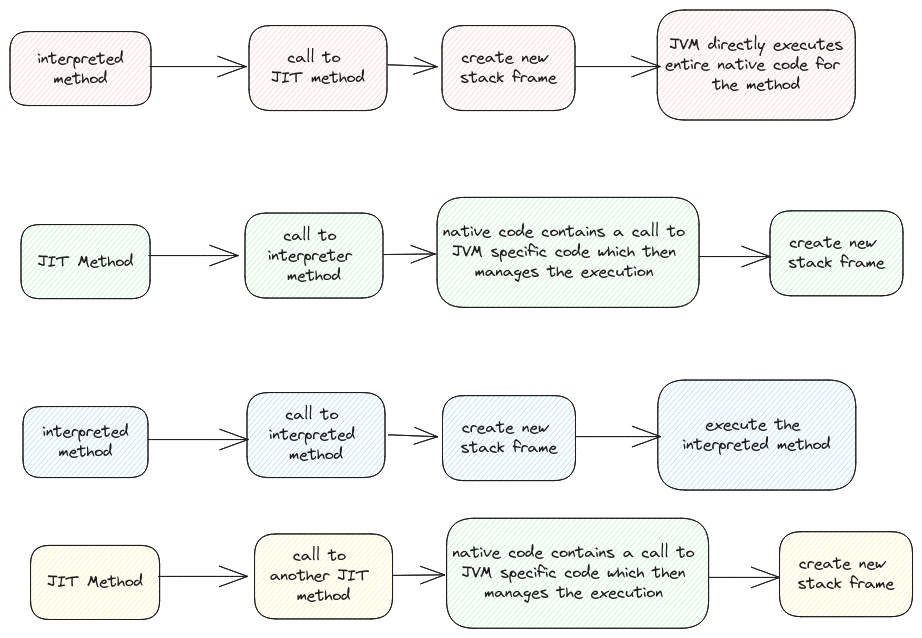
The Excalidraw diagram static/img/jvm-execution-transition.excalidraw.png in swaroopar/inprogress-engineer, before a commit. Source tidied: one line per element, renumbered; positions are measured from the earlier drawing's top-left corner, leaving out a move shared by most shapes.
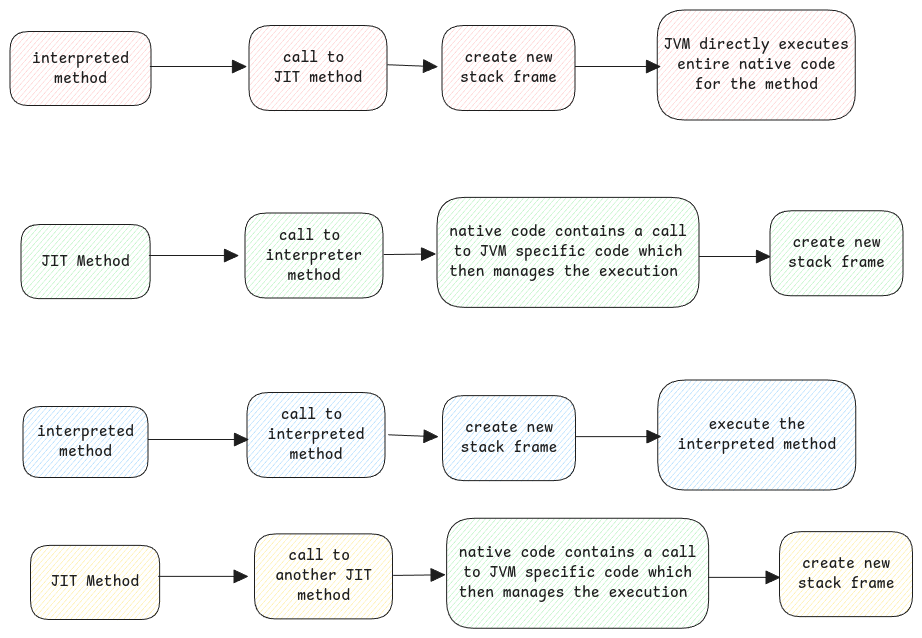
The same file after the commit.

The edit, as a diff of the source:
```diff
@@ -1,44 +1,44 @@
 {"id": 0, "type": "rectangle", "strokeColor": "#1e1e1e", "backgroundColor": "#ffc9c9", "fillStyle": "hachure", "strokeWidth": 1, "roughness": 0, "round": true, "x": 0, "y": 22, "width": 141, "height": 74}
-{"id": 1, "type": "text", "text": "interpreted\nmethod", "strokeColor": "#1e1e1e", "strokeWidth": 2, "roughness": 1, "fontSize": 16, "fontFamily": 1, "textAlign": "center", "verticalAlign": "middle", "inside": 0, "x": 27, "y": 39, "width": 86, "height": 40}
+{"id": 1, "type": "text", "text": "interpreted\nmethod", "strokeColor": "#1e1e1e", "strokeWidth": 2, "roughness": 1, "fontSize": 16, "fontFamily": 8, "textAlign": "center", "verticalAlign": "middle", "inside": 0, "x": 22, "y": 39, "width": 97, "height": 40}
-{"id": 2, "type": "arrow", "strokeColor": "#1e1e1e", "backgroundColor": "#ffc9c9", "fillStyle": "hachure", "strokeWidth": 1, "roughness": 0, "endArrowhead": "arrow", "round": true, "to": 3, "x": 140, "y": 57, "width": 96, "height": 0, "points": [[0, 0], [96, 0]]}
+{"id": 2, "type": "arrow", "strokeColor": "#1e1e1e", "backgroundColor": "#ffc9c9", "fillStyle": "hachure", "strokeWidth": 1, "roughness": 0, "endArrowhead": "triangle", "round": true, "to": 3, "x": 140, "y": 57, "width": 96, "height": 0, "points": [[0, 0], [96, 0]]}
 {"id": 3, "type": "rectangle", "strokeColor": "#1e1e1e", "backgroundColor": "#ffc9c9", "fillStyle": "hachure", "strokeWidth": 1, "roughness": 0, "round": true, "x": 239, "y": 16, "width": 138, "height": 85}
-{"id": 4, "type": "text", "text": "call to \nJIT method", "strokeColor": "#1e1e1e", "strokeWidth": 2, "roughness": 1, "fontSize": 16, "fontFamily": 1, "textAlign": "center", "verticalAlign": "middle", "inside": 3, "x": 261, "y": 38, "width": 94, "height": 40}
+{"id": 4, "type": "text", "text": "call to \nJIT method", "strokeColor": "#1e1e1e", "strokeWidth": 2, "roughness": 1, "fontSize": 16, "fontFamily": 8, "textAlign": "center", "verticalAlign": "middle", "inside": 3, "x": 264, "y": 38, "width": 88, "height": 40}
-{"id": 5, "type": "arrow", "strokeColor": "#1e1e1e", "backgroundColor": "#ffc9c9", "fillStyle": "hachure", "strokeWidth": 1, "roughness": 0, "endArrowhead": "arrow", "round": true, "to": 21, "x": 378, "y": 55, "width": 49, "height": 2, "points": [[0, 0], [49, 2]]}
+{"id": 5, "type": "arrow", "strokeColor": "#1e1e1e", "backgroundColor": "#ffc9c9", "fillStyle": "hachure", "strokeWidth": 1, "roughness": 0, "endArrowhead": "triangle", "round": true, "to": 21, "x": 378, "y": 55, "width": 49, "height": 2, "points": [[0, 0], [49, 2]]}
 {"id": 6, "type": "rectangle", "strokeColor": "#1e1e1e", "backgroundColor": "#ffc9c9", "fillStyle": "hachure", "strokeWidth": 1, "roughness": 0, "round": true, "x": 647, "y": 0, "width": 198, "height": 110}
-{"id": 7, "type": "text", "text": "JVM directly executes\nentire native code for \nthe method", "strokeColor": "#1e1e1e", "strokeWidth": 2, "roughness": 1, "fontSize": 16, "fontFamily": 1, "textAlign": "center", "verticalAlign": "middle", "inside": 6, "x": 655, "y": 25, "width": 182, "height": 60}
+{"id": 7, "type": "text", "text": "JVM directly executes\nentire native code\nfor the method", "strokeColor": "#1e1e1e", "strokeWidth": 2, "roughness": 1, "fontSize": 16, "fontFamily": 8, "textAlign": "center", "verticalAlign": "middle", "inside": 6, "x": 654, "y": 25, "width": 185, "height": 60}
 {"id": 8, "type": "rectangle", "strokeColor": "#1e1e1e", "backgroundColor": "#b2f2bb", "fillStyle": "hachure", "strokeWidth": 1, "roughness": 0, "round": true, "x": 11, "y": 215, "width": 129, "height": 74}
-{"id": 9, "type": "text", "text": "JIT Method", "strokeColor": "#1e1e1e", "strokeWidth": 2, "roughness": 1, "fontSize": 16, "fontFamily": 1, "textAlign": "center", "verticalAlign": "middle", "inside": 8, "x": 28, "y": 242, "width": 96, "height": 20}
+{"id": 9, "type": "text", "text": "JIT Method", "strokeColor": "#1e1e1e", "strokeWidth": 2, "roughness": 1, "fontSize": 16, "fontFamily": 8, "textAlign": "center", "verticalAlign": "middle", "inside": 8, "x": 32, "y": 242, "width": 88, "height": 20}
-{"id": 10, "type": "arrow", "strokeColor": "#1e1e1e", "backgroundColor": "#b2f2bb", "fillStyle": "hachure", "strokeWidth": 1, "roughness": 0, "endArrowhead": "arrow", "round": true, "to": 11, "x": 139, "y": 246, "width": 89, "height": 0, "points": [[0, 0], [89, 0]]}
+{"id": 10, "type": "arrow", "strokeColor": "#1e1e1e", "backgroundColor": "#b2f2bb", "fillStyle": "hachure", "strokeWidth": 1, "roughness": 0, "endArrowhead": "triangle", "round": true, "to": 11, "x": 139, "y": 246, "width": 89, "height": 0, "points": [[0, 0], [89, 0]]}
 {"id": 11, "type": "rectangle", "strokeColor": "#1e1e1e", "backgroundColor": "#b2f2bb", "fillStyle": "hachure", "strokeWidth": 1, "roughness": 0, "round": true, "x": 235, "y": 203, "width": 138, "height": 85}
-{"id": 12, "type": "text", "text": "call to \ninterpreter \nmethod", "strokeColor": "#1e1e1e", "strokeWidth": 2, "roughness": 1, "fontSize": 16, "fontFamily": 1, "textAlign": "center", "verticalAlign": "middle", "inside": 11, "x": 258, "y": 216, "width": 92, "height": 60}
+{"id": 12, "type": "text", "text": "call to \ninterpreter\nmethod", "strokeColor": "#1e1e1e", "strokeWidth": 2, "roughness": 1, "fontSize": 16, "fontFamily": 8, "textAlign": "center", "verticalAlign": "middle", "inside": 11, "x": 256, "y": 216, "width": 97, "height": 60}
-{"id": 13, "type": "arrow", "strokeColor": "#1e1e1e", "backgroundColor": "#b2f2bb", "fillStyle": "hachure", "strokeWidth": 1, "roughness": 0, "endArrowhead": "arrow", "round": true, "to": 14, "x": 374, "y": 245, "width": 51, "height": 1, "points": [[0, 0], [51, -1]]}
+{"id": 13, "type": "arrow", "strokeColor": "#1e1e1e", "backgroundColor": "#b2f2bb", "fillStyle": "hachure", "strokeWidth": 1, "roughness": 0, "endArrowhead": "triangle", "round": true, "to": 14, "x": 374, "y": 245, "width": 51, "height": 1, "points": [[0, 0], [51, -1]]}
 {"id": 14, "type": "rectangle", "strokeColor": "#1e1e1e", "backgroundColor": "#b2f2bb", "fillStyle": "hachure", "strokeWidth": 1, "roughness": 0, "round": true, "x": 427, "y": 187, "width": 262, "height": 110}
-{"id": 15, "type": "text", "text": "native code contains a call to \nJVM specific code which then \nmanages the execution ", "strokeColor": "#1e1e1e", "strokeWidth": 2, "roughness": 1, "fontSize": 16, "fontFamily": 1, "textAlign": "center", "verticalAlign": "middle", "inside": 14, "x": 433, "y": 212, "width": 250, "height": 60}
+{"id": 15, "type": "text", "text": "native code contains a call\nto JVM specific code which\nthen manages the execution ", "strokeColor": "#1e1e1e", "strokeWidth": 2, "roughness": 1, "fontSize": 16, "fontFamily": 8, "textAlign": "center", "verticalAlign": "middle", "inside": 14, "x": 439, "y": 212, "width": 238, "height": 60}
 {"id": 16, "type": "rectangle", "strokeColor": "#1e1e1e", "backgroundColor": "#a5d8ff", "fillStyle": "hachure", "strokeWidth": 1, "roughness": 0, "round": true, "x": 13, "y": 397, "width": 125, "height": 71}
-{"id": 17, "type": "text", "text": "interpreted\nmethod", "strokeColor": "#1e1e1e", "strokeWidth": 2, "roughness": 1, "fontSize": 16, "fontFamily": 1, "textAlign": "center", "verticalAlign": "middle", "inside": 16, "x": 32, "y": 412, "width": 86, "height": 40}
+{"id": 17, "type": "text", "text": "interpreted\nmethod", "strokeColor": "#1e1e1e", "strokeWidth": 2, "roughness": 1, "fontSize": 16, "fontFamily": 8, "textAlign": "center", "verticalAlign": "middle", "inside": 16, "x": 27, "y": 412, "width": 97, "height": 40}
 {"id": 18, "type": "rectangle", "strokeColor": "#1e1e1e", "backgroundColor": "#a5d8ff", "fillStyle": "hachure", "strokeWidth": 1, "roughness": 0, "round": true, "x": 237, "y": 383, "width": 138, "height": 85}
-{"id": 19, "type": "text", "text": "call to \ninterpreted \nmethod", "strokeColor": "#1e1e1e", "strokeWidth": 2, "roughness": 1, "fontSize": 16, "fontFamily": 1, "textAlign": "center", "verticalAlign": "middle", "inside": 18, "x": 259, "y": 395, "width": 94, "height": 60}
+{"id": 19, "type": "text", "text": "call to \ninterpreted\nmethod", "strokeColor": "#1e1e1e", "strokeWidth": 2, "roughness": 1, "fontSize": 16, "fontFamily": 8, "textAlign": "center", "verticalAlign": "middle", "inside": 18, "x": 258, "y": 395, "width": 97, "height": 60}
-{"id": 20, "type": "arrow", "strokeColor": "#1e1e1e", "backgroundColor": "#a5d8ff", "fillStyle": "hachure", "strokeWidth": 1, "roughness": 0, "endArrowhead": "arrow", "round": true, "x": 138, "y": 430, "width": 100, "height": 0, "points": [[0, 0], [100, 0]]}
+{"id": 20, "type": "arrow", "strokeColor": "#1e1e1e", "backgroundColor": "#a5d8ff", "fillStyle": "hachure", "strokeWidth": 1, "roughness": 0, "endArrowhead": "triangle", "round": true, "x": 138, "y": 430, "width": 100, "height": 0, "points": [[0, 0], [100, 0]]}
 {"id": 21, "type": "rectangle", "strokeColor": "#1e1e1e", "backgroundColor": "#ffc9c9", "fillStyle": "hachure", "strokeWidth": 1, "roughness": 0, "round": true, "x": 432, "y": 16, "width": 133, "height": 85}
-{"id": 22, "type": "text", "text": "create new \nstack frame", "strokeColor": "#1e1e1e", "strokeWidth": 2, "roughness": 1, "fontSize": 16, "fontFamily": 1, "textAlign": "center", "verticalAlign": "middle", "inside": 21, "x": 450, "y": 38, "width": 96, "height": 40}
+{"id": 22, "type": "text", "text": "create new\nstack frame", "strokeColor": "#1e1e1e", "strokeWidth": 2, "roughness": 1, "fontSize": 16, "fontFamily": 8, "textAlign": "center", "verticalAlign": "middle", "inside": 21, "x": 450, "y": 38, "width": 97, "height": 40}
-{"id": 23, "type": "arrow", "strokeColor": "#1e1e1e", "backgroundColor": "#ffc9c9", "fillStyle": "hachure", "strokeWidth": 1, "roughness": 0, "endArrowhead": "arrow", "round": true, "x": 565, "y": 57, "width": 85, "height": 0, "points": [[0, 0], [85, 0]]}
+{"id": 23, "type": "arrow", "strokeColor": "#1e1e1e", "backgroundColor": "#ffc9c9", "fillStyle": "hachure", "strokeWidth": 1, "roughness": 0, "endArrowhead": "triangle", "round": true, "x": 565, "y": 57, "width": 85, "height": 0, "points": [[0, 0], [85, 0]]}
 {"id": 24, "type": "rectangle", "strokeColor": "#1e1e1e", "backgroundColor": "#b2f2bb", "fillStyle": "hachure", "strokeWidth": 1, "roughness": 0, "round": true, "x": 760, "y": 201, "width": 133, "height": 85}
-{"id": 25, "type": "text", "text": "create new \nstack frame", "strokeColor": "#1e1e1e", "strokeWidth": 2, "roughness": 1, "fontSize": 16, "fontFamily": 1, "textAlign": "center", "verticalAlign": "middle", "inside": 24, "x": 778, "y": 223, "width": 96, "height": 40}
+{"id": 25, "type": "text", "text": "create new\nstack frame", "strokeColor": "#1e1e1e", "strokeWidth": 2, "roughness": 1, "fontSize": 16, "fontFamily": 8, "textAlign": "center", "verticalAlign": "middle", "inside": 24, "x": 778, "y": 223, "width": 97, "height": 40}
-{"id": 26, "type": "arrow", "strokeColor": "#1e1e1e", "backgroundColor": "#b2f2bb", "fillStyle": "hachure", "strokeWidth": 1, "roughness": 0, "endArrowhead": "arrow", "round": true, "x": 689, "y": 247, "width": 71, "height": 0, "points": [[0, 0], [71, 0]]}
+{"id": 26, "type": "arrow", "strokeColor": "#1e1e1e", "backgroundColor": "#b2f2bb", "fillStyle": "hachure", "strokeWidth": 1, "roughness": 0, "endArrowhead": "triangle", "round": true, "x": 689, "y": 247, "width": 71, "height": 0, "points": [[0, 0], [71, 0]]}
-{"id": 27, "type": "arrow", "strokeColor": "#1e1e1e", "backgroundColor": "#a5d8ff", "fillStyle": "hachure", "strokeWidth": 1, "roughness": 0, "endArrowhead": "arrow", "round": true, "x": 379, "y": 425, "width": 49, "height": 2, "points": [[0, 0], [49, 2]]}
+{"id": 27, "type": "arrow", "strokeColor": "#1e1e1e", "backgroundColor": "#a5d8ff", "fillStyle": "hachure", "strokeWidth": 1, "roughness": 0, "endArrowhead": "triangle", "round": true, "x": 379, "y": 425, "width": 49, "height": 2, "points": [[0, 0], [49, 2]]}
 {"id": 28, "type": "rectangle", "strokeColor": "#1e1e1e", "backgroundColor": "#a5d8ff", "fillStyle": "hachure", "strokeWidth": 1, "roughness": 0, "round": true, "x": 648, "y": 370, "width": 198, "height": 110}
-{"id": 29, "type": "text", "text": "execute the \ninterpreted method", "strokeColor": "#1e1e1e", "strokeWidth": 2, "roughness": 1, "fontSize": 16, "fontFamily": 1, "textAlign": "center", "verticalAlign": "middle", "inside": 28, "x": 673, "y": 405, "width": 148, "height": 40}
+{"id": 29, "type": "text", "text": "execute the\ninterpreted method", "strokeColor": "#1e1e1e", "strokeWidth": 2, "roughness": 1, "fontSize": 16, "fontFamily": 8, "textAlign": "center", "verticalAlign": "middle", "inside": 28, "x": 668, "y": 405, "width": 158, "height": 40}
 {"id": 30, "type": "rectangle", "strokeColor": "#1e1e1e", "backgroundColor": "#a5d8ff", "fillStyle": "hachure", "strokeWidth": 1, "roughness": 0, "round": true, "x": 433, "y": 386, "width": 133, "height": 85}
-{"id": 31, "type": "text", "text": "create new \nstack frame", "strokeColor": "#1e1e1e", "strokeWidth": 2, "roughness": 1, "fontSize": 16, "fontFamily": 1, "textAlign": "center", "verticalAlign": "middle", "inside": 30, "x": 451, "y": 408, "width": 96, "height": 40}
+{"id": 31, "type": "text", "text": "create new\nstack frame", "strokeColor": "#1e1e1e", "strokeWidth": 2, "roughness": 1, "fontSize": 16, "fontFamily": 8, "textAlign": "center", "verticalAlign": "middle", "inside": 30, "x": 451, "y": 408, "width": 97, "height": 40}
-{"id": 32, "type": "arrow", "strokeColor": "#1e1e1e", "backgroundColor": "#a5d8ff", "fillStyle": "hachure", "strokeWidth": 1, "roughness": 0, "endArrowhead": "arrow", "round": true, "x": 566, "y": 427, "width": 85, "height": 0, "points": [[0, 0], [85, 0]]}
+{"id": 32, "type": "arrow", "strokeColor": "#1e1e1e", "backgroundColor": "#a5d8ff", "fillStyle": "hachure", "strokeWidth": 1, "roughness": 0, "endArrowhead": "triangle", "round": true, "x": 566, "y": 427, "width": 85, "height": 0, "points": [[0, 0], [85, 0]]}
 {"id": 33, "type": "rectangle", "strokeColor": "#1e1e1e", "backgroundColor": "#ffec99", "fillStyle": "hachure", "strokeWidth": 1, "roughness": 0, "round": true, "x": 21, "y": 535, "width": 129, "height": 74}
-{"id": 34, "type": "text", "text": "JIT Method", "strokeColor": "#1e1e1e", "strokeWidth": 2, "roughness": 1, "fontSize": 16, "fontFamily": 1, "textAlign": "center", "verticalAlign": "middle", "inside": 33, "x": 37, "y": 562, "width": 96, "height": 20}
+{"id": 34, "type": "text", "text": "JIT Method", "strokeColor": "#1e1e1e", "strokeWidth": 2, "roughness": 1, "fontSize": 16, "fontFamily": 8, "textAlign": "center", "verticalAlign": "middle", "inside": 33, "x": 41, "y": 562, "width": 88, "height": 20}
-{"id": 35, "type": "arrow", "strokeColor": "#1e1e1e", "backgroundColor": "#ffec99", "fillStyle": "hachure", "strokeWidth": 1, "roughness": 0, "endArrowhead": "arrow", "round": true, "to": 36, "x": 149, "y": 566, "width": 89, "height": 0, "points": [[0, 0], [89, 0]]}
+{"id": 35, "type": "arrow", "strokeColor": "#1e1e1e", "backgroundColor": "#ffec99", "fillStyle": "hachure", "strokeWidth": 1, "roughness": 0, "endArrowhead": "triangle", "round": true, "to": 36, "x": 149, "y": 566, "width": 89, "height": 0, "points": [[0, 0], [89, 0]]}
 {"id": 36, "type": "rectangle", "strokeColor": "#1e1e1e", "backgroundColor": "#ffec99", "fillStyle": "hachure", "strokeWidth": 1, "roughness": 0, "round": true, "x": 245, "y": 524, "width": 138, "height": 85}
-{"id": 37, "type": "text", "text": "call to \nanother JIT \nmethod", "strokeColor": "#1e1e1e", "strokeWidth": 2, "roughness": 1, "fontSize": 16, "fontFamily": 1, "textAlign": "center", "verticalAlign": "middle", "inside": 36, "x": 260, "y": 536, "width": 107, "height": 60}
+{"id": 37, "type": "text", "text": "call to \nanother JIT\nmethod", "strokeColor": "#1e1e1e", "strokeWidth": 2, "roughness": 1, "fontSize": 16, "fontFamily": 8, "textAlign": "center", "verticalAlign": "middle", "inside": 36, "x": 265, "y": 536, "width": 97, "height": 60}
-{"id": 38, "type": "arrow", "strokeColor": "#1e1e1e", "backgroundColor": "#ffec99", "fillStyle": "hachure", "strokeWidth": 1, "roughness": 0, "endArrowhead": "arrow", "round": true, "from": 36, "to": 39, "x": 384, "y": 565, "width": 51, "height": 1, "points": [[0, 0], [51, -1]]}
+{"id": 38, "type": "arrow", "strokeColor": "#1e1e1e", "backgroundColor": "#ffec99", "fillStyle": "hachure", "strokeWidth": 1, "roughness": 0, "endArrowhead": "triangle", "round": true, "from": 36, "to": 39, "x": 384, "y": 565, "width": 51, "height": 1, "points": [[0, 0], [51, -1]]}
 {"id": 39, "type": "rectangle", "strokeColor": "#1e1e1e", "backgroundColor": "#b2f2bb", "fillStyle": "hachure", "strokeWidth": 1, "roughness": 0, "round": true, "x": 437, "y": 508, "width": 262, "height": 110}
-{"id": 40, "type": "text", "text": "native code contains a call to \nJVM specific code which then \nmanages the execution ", "strokeColor": "#1e1e1e", "strokeWidth": 2, "roughness": 1, "fontSize": 16, "fontFamily": 1, "textAlign": "center", "verticalAlign": "middle", "inside": 39, "x": 443, "y": 533, "width": 250, "height": 60}
+{"id": 40, "type": "text", "text": "native code contains a call\nto JVM specific code which\nthen manages the execution ", "strokeColor": "#1e1e1e", "strokeWidth": 2, "roughness": 1, "fontSize": 16, "fontFamily": 8, "textAlign": "center", "verticalAlign": "middle", "inside": 39, "x": 449, "y": 533, "width": 238, "height": 60}
 {"id": 41, "type": "rectangle", "strokeColor": "#1e1e1e", "backgroundColor": "#ffec99", "fillStyle": "hachure", "strokeWidth": 1, "roughness": 0, "round": true, "x": 770, "y": 522, "width": 133, "height": 85}
-{"id": 42, "type": "text", "text": "create new \nstack frame", "strokeColor": "#1e1e1e", "strokeWidth": 2, "roughness": 1, "fontSize": 16, "fontFamily": 1, "textAlign": "center", "verticalAlign": "middle", "inside": 41, "x": 788, "y": 544, "width": 96, "height": 40}
+{"id": 42, "type": "text", "text": "create new\nstack frame", "strokeColor": "#1e1e1e", "strokeWidth": 2, "roughness": 1, "fontSize": 16, "fontFamily": 8, "textAlign": "center", "verticalAlign": "middle", "inside": 41, "x": 788, "y": 544, "width": 97, "height": 40}
-{"id": 43, "type": "arrow", "strokeColor": "#1e1e1e", "backgroundColor": "#ffec99", "fillStyle": "hachure", "strokeWidth": 1, "roughness": 0, "endArrowhead": "arrow", "round": true, "x": 699, "y": 567, "width": 71, "height": 0, "points": [[0, 0], [71, 0]]}
+{"id": 43, "type": "arrow", "strokeColor": "#1e1e1e", "backgroundColor": "#ffec99", "fillStyle": "hachure", "strokeWidth": 1, "roughness": 0, "endArrowhead": "triangle", "round": true, "x": 699, "y": 567, "width": 71, "height": 0, "points": [[0, 0], [71, 0]]}
```
